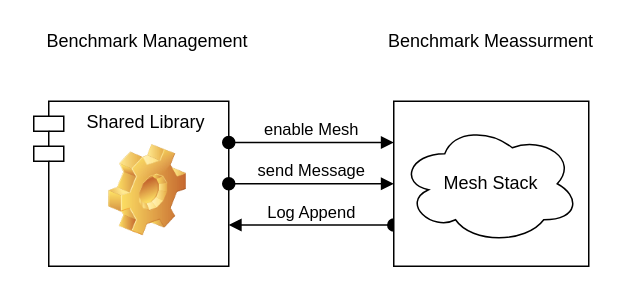
Above: Fachbericht/graphics/Shared_Lib_Concept.drawio in Rouben94/P6_Documents (draw.io), before the change. Source tidied: cells renumbered, new cells numbered last; positions are measured from the earlier drawing's top-left corner, leaving out a move shared by most shapes. Both pictures are drawn from the tidied source at 150%, with x=0, y=0 at pixel (33, 26).
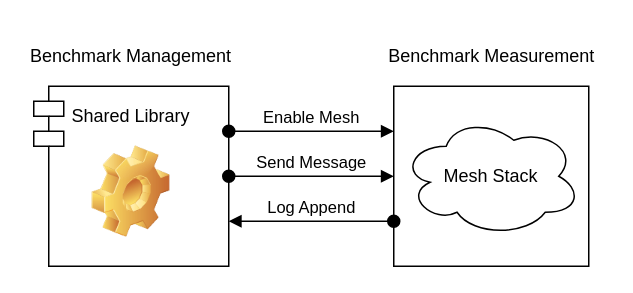
Above is the later version.

The edit, as a diff of the source:
```diff
@@
 <mxGraphModel>
   <root>
     <mxCell id="0" />
     <mxCell id="1" parent="0" />
-    <mxCell id="2" value="Shared Library" style="shape=module;align=left;spacingLeft=20;align=center;verticalAlign=top;" parent="1" vertex="1">
-      <mxGeometry y="50" width="130" height="110" as="geometry" />
+    <mxCell id="2" style="shape=module;align=center;spacingLeft=20;align=center;verticalAlign=top;" parent="1" vertex="1">
+      <mxGeometry y="40" width="130" height="120" as="geometry" />
     </mxCell>
-    <mxCell id="3" value="enable Mesh" style="html=1;verticalAlign=bottom;startArrow=oval;startFill=1;endArrow=block;startSize=8;exitX=1;exitY=0.25;exitDx=0;exitDy=0;entryX=0;entryY=0.25;entryDx=0;entryDy=0;" parent="1" edge="1" source="2" target="7">
+    <mxCell id="3" value="Enable Mesh" style="html=1;verticalAlign=bottom;startArrow=oval;startFill=1;endArrow=block;startSize=8;exitX=1;exitY=0.25;exitDx=0;exitDy=0;entryX=0;entryY=0.25;entryDx=0;entryDy=0;" parent="1" edge="1" source="2" target="7">
       <mxGeometry relative="1" as="geometry" />
     </mxCell>
-    <mxCell id="4" value="send Message" style="html=1;verticalAlign=bottom;startArrow=oval;startFill=1;endArrow=block;startSize=8;exitX=1;exitY=0.5;exitDx=0;exitDy=0;entryX=0;entryY=0.5;entryDx=0;entryDy=0;" parent="1" edge="1" source="2" target="7">
+    <mxCell id="4" value="Send Message" style="html=1;verticalAlign=bottom;startArrow=oval;startFill=1;endArrow=block;startSize=8;exitX=1;exitY=0.5;exitDx=0;exitDy=0;entryX=0;entryY=0.5;entryDx=0;entryDy=0;" parent="1" edge="1" source="2" target="7">
       <mxGeometry relative="1" as="geometry" />
     </mxCell>
-    <mxCell id="5" value="Log Append" style="html=1;verticalAlign=bottom;startArrow=oval;startFill=1;endArrow=block;startSize=8;entryX=1;entryY=0.75;entryDx=0;entryDy=0;exitX=0;exitY=0.75;exitDx=0;exitDy=0;" parent="1" edge="1" source="7" target="2">
-      <mxGeometry relative="1" as="geometry" />
-    </mxCell>
     <mxCell id="6" style="shape=image;html=1;verticalLabelPosition=bottom;verticalAlign=top;imageAspect=1;image=img/clipart/Gear_128x128.png;" parent="1" vertex="1">
-      <mxGeometry x="50" y="79" width="52" height="61" as="geometry" />
+      <mxGeometry x="39" y="80" width="52" height="61" as="geometry" />
     </mxCell>
     <mxCell id="7" value="Mesh Stack" style="html=1;whiteSpace=wrap;" parent="1" vertex="1">
-      <mxGeometry x="240" y="50" width="130" height="110" as="geometry" />
+      <mxGeometry x="240" y="40" width="130" height="120" as="geometry" />
     </mxCell>
     <mxCell id="8" style="ellipse;shape=cloud;whiteSpace=wrap;html=1;fillColor=none;" parent="7" vertex="1">
-      <mxGeometry x="4" y="15" width="120" height="80" as="geometry" />
+      <mxGeometry x="5" y="20" width="120" height="80" as="geometry" />
     </mxCell>
     <mxCell id="9" value="Benchmark Management" style="text;html=1;strokeColor=none;fillColor=none;align=center;verticalAlign=middle;whiteSpace=wrap;rounded=0;" parent="1" vertex="1">
-      <mxGeometry x="6" width="140" height="20" as="geometry" />
+      <mxGeometry x="-5" y="10" width="140" height="20" as="geometry" />
     </mxCell>
-    <mxCell id="10" value="Benchmark Meassurment" style="text;html=1;strokeColor=none;fillColor=none;align=center;verticalAlign=middle;whiteSpace=wrap;rounded=0;" parent="1" vertex="1">
-      <mxGeometry x="235" width="140" height="20" as="geometry" />
+    <mxCell id="10" value="Benchmark Measurement" style="text;html=1;strokeColor=none;fillColor=none;align=center;verticalAlign=middle;whiteSpace=wrap;rounded=0;" parent="1" vertex="1">
+      <mxGeometry x="227.5" y="10" width="155" height="20" as="geometry" />
     </mxCell>
+    <mxCell id="11" value="Shared Library" style="text;html=1;strokeColor=none;fillColor=none;align=center;verticalAlign=middle;whiteSpace=wrap;rounded=0;" parent="1" vertex="1">
+      <mxGeometry x="20" y="50" width="90" height="20" as="geometry" />
+    </mxCell>
+    <mxCell id="5" value="Log Append" style="html=1;verticalAlign=bottom;startArrow=oval;startFill=1;endArrow=block;startSize=8;entryX=1;entryY=0.75;entryDx=0;entryDy=0;exitX=0;exitY=0.75;exitDx=0;exitDy=0;" parent="1" edge="1" source="7" target="2">
+      <mxGeometry relative="1" as="geometry" />
+    </mxCell>
   </root>
 </mxGraphModel>
```
